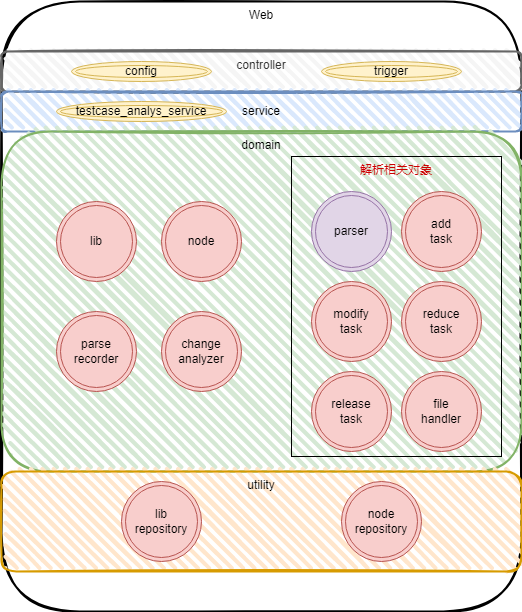
Earlier version of the draw.io export testCenter/ddd_4.drawio.png (muxicode/c153080686). Source tidied: cells renumbered, new cells last; positions are measured from the earlier drawing's top-left corner, leaving out a move shared by most shapes. The source it was exported from:
```xml
<mxGraphModel>
  <root>
    <mxCell id="0" />
    <mxCell id="1" parent="0" />
    <mxCell id="2" value="Web" style="rounded=1;whiteSpace=wrap;html=1;strokeWidth=2;fillWeight=4;hachureGap=8;hachureAngle=45;sketch=1;verticalAlign=top;" parent="1" vertex="1">
      <mxGeometry width="520" height="610" as="geometry" />
    </mxCell>
    <mxCell id="3" value="controller" style="rounded=1;whiteSpace=wrap;html=1;strokeWidth=2;fillWeight=4;hachureGap=8;hachureAngle=45;fillColor=#f5f5f5;sketch=1;fontColor=#333333;strokeColor=#666666;verticalAlign=top;align=center;" parent="1" vertex="1">
      <mxGeometry y="50" width="520" height="40" as="geometry" />
    </mxCell>
    <mxCell id="4" value="service" style="rounded=1;whiteSpace=wrap;html=1;strokeWidth=2;fillWeight=4;hachureGap=8;hachureAngle=45;fillColor=#dae8fc;sketch=1;strokeColor=#6c8ebf;" parent="1" vertex="1">
      <mxGeometry y="90" width="520" height="40" as="geometry" />
    </mxCell>
    <mxCell id="5" value="domain" style="rounded=1;whiteSpace=wrap;html=1;strokeWidth=2;fillWeight=4;hachureGap=8;hachureAngle=45;fillColor=#d5e8d4;sketch=1;strokeColor=#82b366;verticalAlign=top;" parent="1" vertex="1">
      <mxGeometry y="130" width="520" height="340" as="geometry" />
    </mxCell>
    <mxCell id="6" value="utility" style="rounded=1;whiteSpace=wrap;html=1;strokeWidth=2;fillWeight=4;hachureGap=8;hachureAngle=45;fillColor=#ffe6cc;sketch=1;strokeColor=#d79b00;verticalAlign=top;" parent="1" vertex="1">
      <mxGeometry y="470" width="520" height="100" as="geometry" />
    </mxCell>
    <mxCell id="7" value="parser" style="ellipse;shape=doubleEllipse;whiteSpace=wrap;html=1;fillColor=#e1d5e7;strokeColor=#9673a6;" parent="1" vertex="1">
      <mxGeometry x="310" y="190" width="80" height="80" as="geometry" />
    </mxCell>
    <mxCell id="8" value="node&lt;br&gt;repository" style="ellipse;shape=doubleEllipse;whiteSpace=wrap;html=1;fillColor=#f8cecc;strokeColor=#b85450;" parent="1" vertex="1">
      <mxGeometry x="340" y="480" width="80" height="80" as="geometry" />
    </mxCell>
    <mxCell id="9" value="node" style="ellipse;shape=doubleEllipse;whiteSpace=wrap;html=1;fillColor=#f8cecc;strokeColor=#b85450;" parent="1" vertex="1">
      <mxGeometry x="160" y="200" width="80" height="80" as="geometry" />
    </mxCell>
    <mxCell id="10" value="lib" style="ellipse;shape=doubleEllipse;whiteSpace=wrap;html=1;fillColor=#f8cecc;strokeColor=#b85450;" parent="1" vertex="1">
      <mxGeometry x="55" y="200" width="80" height="80" as="geometry" />
    </mxCell>
    <mxCell id="11" value="lib&lt;br&gt;repository" style="ellipse;shape=doubleEllipse;whiteSpace=wrap;html=1;fillColor=#f8cecc;strokeColor=#b85450;" parent="1" vertex="1">
      <mxGeometry x="120" y="480" width="80" height="80" as="geometry" />
    </mxCell>
    <mxCell id="12" value="config" style="ellipse;shape=doubleEllipse;whiteSpace=wrap;html=1;fillColor=#fff2cc;strokeColor=#d6b656;" parent="1" vertex="1">
      <mxGeometry x="70" y="60" width="140" height="20" as="geometry" />
    </mxCell>
    <mxCell id="13" value="trigger" style="ellipse;shape=doubleEllipse;whiteSpace=wrap;html=1;fillColor=#fff2cc;strokeColor=#d6b656;" parent="1" vertex="1">
      <mxGeometry x="320" y="60" width="140" height="20" as="geometry" />
    </mxCell>
    <mxCell id="14" value="testcase_analys_service" style="ellipse;shape=doubleEllipse;whiteSpace=wrap;html=1;fillColor=#fff2cc;strokeColor=#d6b656;" parent="1" vertex="1">
      <mxGeometry x="55" y="100" width="170" height="20" as="geometry" />
    </mxCell>
    <mxCell id="15" value="add&lt;br&gt;task" style="ellipse;shape=doubleEllipse;whiteSpace=wrap;html=1;fillColor=#f8cecc;strokeColor=#b85450;" parent="1" vertex="1">
      <mxGeometry x="400" y="190" width="80" height="80" as="geometry" />
    </mxCell>
    <mxCell id="16" value="change&lt;br&gt;analyzer" style="ellipse;shape=doubleEllipse;whiteSpace=wrap;html=1;fillColor=#f8cecc;strokeColor=#b85450;" parent="1" vertex="1">
      <mxGeometry x="160" y="310" width="80" height="80" as="geometry" />
    </mxCell>
    <mxCell id="17" value="reduce&lt;br&gt;task" style="ellipse;shape=doubleEllipse;whiteSpace=wrap;html=1;fillColor=#f8cecc;strokeColor=#b85450;" parent="1" vertex="1">
      <mxGeometry x="400" y="280" width="80" height="80" as="geometry" />
    </mxCell>
    <mxCell id="18" value="modify&lt;br&gt;task" style="ellipse;shape=doubleEllipse;whiteSpace=wrap;html=1;fillColor=#f8cecc;strokeColor=#b85450;" parent="1" vertex="1">
      <mxGeometry x="310" y="280" width="80" height="80" as="geometry" />
    </mxCell>
    <mxCell id="19" value="release&lt;br&gt;task" style="ellipse;shape=doubleEllipse;whiteSpace=wrap;html=1;fillColor=#f8cecc;strokeColor=#b85450;" parent="1" vertex="1">
      <mxGeometry x="310" y="370" width="80" height="80" as="geometry" />
    </mxCell>
    <mxCell id="20" value="file&lt;br&gt;handler" style="ellipse;shape=doubleEllipse;whiteSpace=wrap;html=1;fillColor=#f8cecc;strokeColor=#b85450;" parent="1" vertex="1">
      <mxGeometry x="400" y="370" width="80" height="80" as="geometry" />
    </mxCell>
    <mxCell id="21" value="&lt;font color=&quot;#cc0000&quot;&gt;解析相关对象&lt;/font&gt;" style="rounded=0;whiteSpace=wrap;html=1;fillColor=none;verticalAlign=top;" parent="1" vertex="1">
      <mxGeometry x="290" y="155" width="210" height="300" as="geometry" />
    </mxCell>
    <mxCell id="22" value="parse&lt;br&gt;recorder" style="ellipse;shape=doubleEllipse;whiteSpace=wrap;html=1;fillColor=#f8cecc;strokeColor=#b85450;" parent="1" vertex="1">
      <mxGeometry x="55" y="310" width="80" height="80" as="geometry" />
    </mxCell>
  </root>
</mxGraphModel>
```
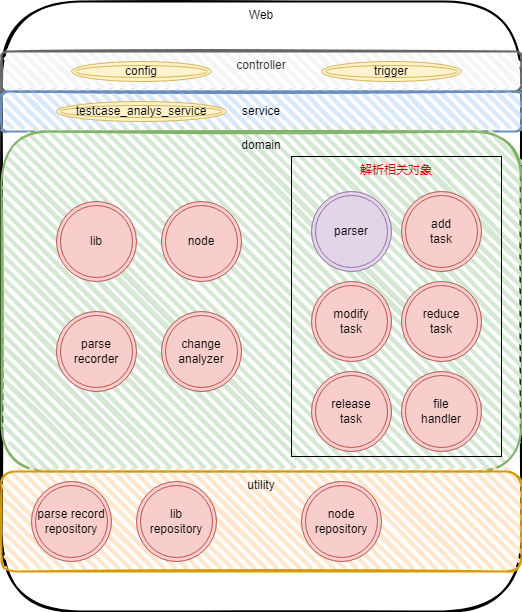
After the change.

The edit, as a diff of the source:
```diff
@@ -21,7 +21,7 @@
       <mxGeometry x="310" y="190" width="80" height="80" as="geometry" />
     </mxCell>
     <mxCell id="8" value="node&lt;br&gt;repository" style="ellipse;shape=doubleEllipse;whiteSpace=wrap;html=1;fillColor=#f8cecc;strokeColor=#b85450;" parent="1" vertex="1">
-      <mxGeometry x="340" y="480" width="80" height="80" as="geometry" />
+      <mxGeometry x="300" y="480" width="80" height="80" as="geometry" />
     </mxCell>
     <mxCell id="9" value="node" style="ellipse;shape=doubleEllipse;whiteSpace=wrap;html=1;fillColor=#f8cecc;strokeColor=#b85450;" parent="1" vertex="1">
       <mxGeometry x="160" y="200" width="80" height="80" as="geometry" />
@@ -30,7 +30,7 @@
       <mxGeometry x="55" y="200" width="80" height="80" as="geometry" />
     </mxCell>
     <mxCell id="11" value="lib&lt;br&gt;repository" style="ellipse;shape=doubleEllipse;whiteSpace=wrap;html=1;fillColor=#f8cecc;strokeColor=#b85450;" parent="1" vertex="1">
-      <mxGeometry x="120" y="480" width="80" height="80" as="geometry" />
+      <mxGeometry x="135" y="480" width="80" height="80" as="geometry" />
     </mxCell>
     <mxCell id="12" value="config" style="ellipse;shape=doubleEllipse;whiteSpace=wrap;html=1;fillColor=#fff2cc;strokeColor=#d6b656;" parent="1" vertex="1">
       <mxGeometry x="70" y="60" width="140" height="20" as="geometry" />
@@ -65,5 +65,8 @@
     <mxCell id="22" value="parse&lt;br&gt;recorder" style="ellipse;shape=doubleEllipse;whiteSpace=wrap;html=1;fillColor=#f8cecc;strokeColor=#b85450;" parent="1" vertex="1">
       <mxGeometry x="55" y="310" width="80" height="80" as="geometry" />
     </mxCell>
+    <mxCell id="23" value="parse record&lt;br&gt;repository" style="ellipse;shape=doubleEllipse;whiteSpace=wrap;html=1;fillColor=#f8cecc;strokeColor=#b85450;" parent="1" vertex="1">
+      <mxGeometry x="30" y="480" width="80" height="80" as="geometry" />
+    </mxCell>
   </root>
 </mxGraphModel>
```
